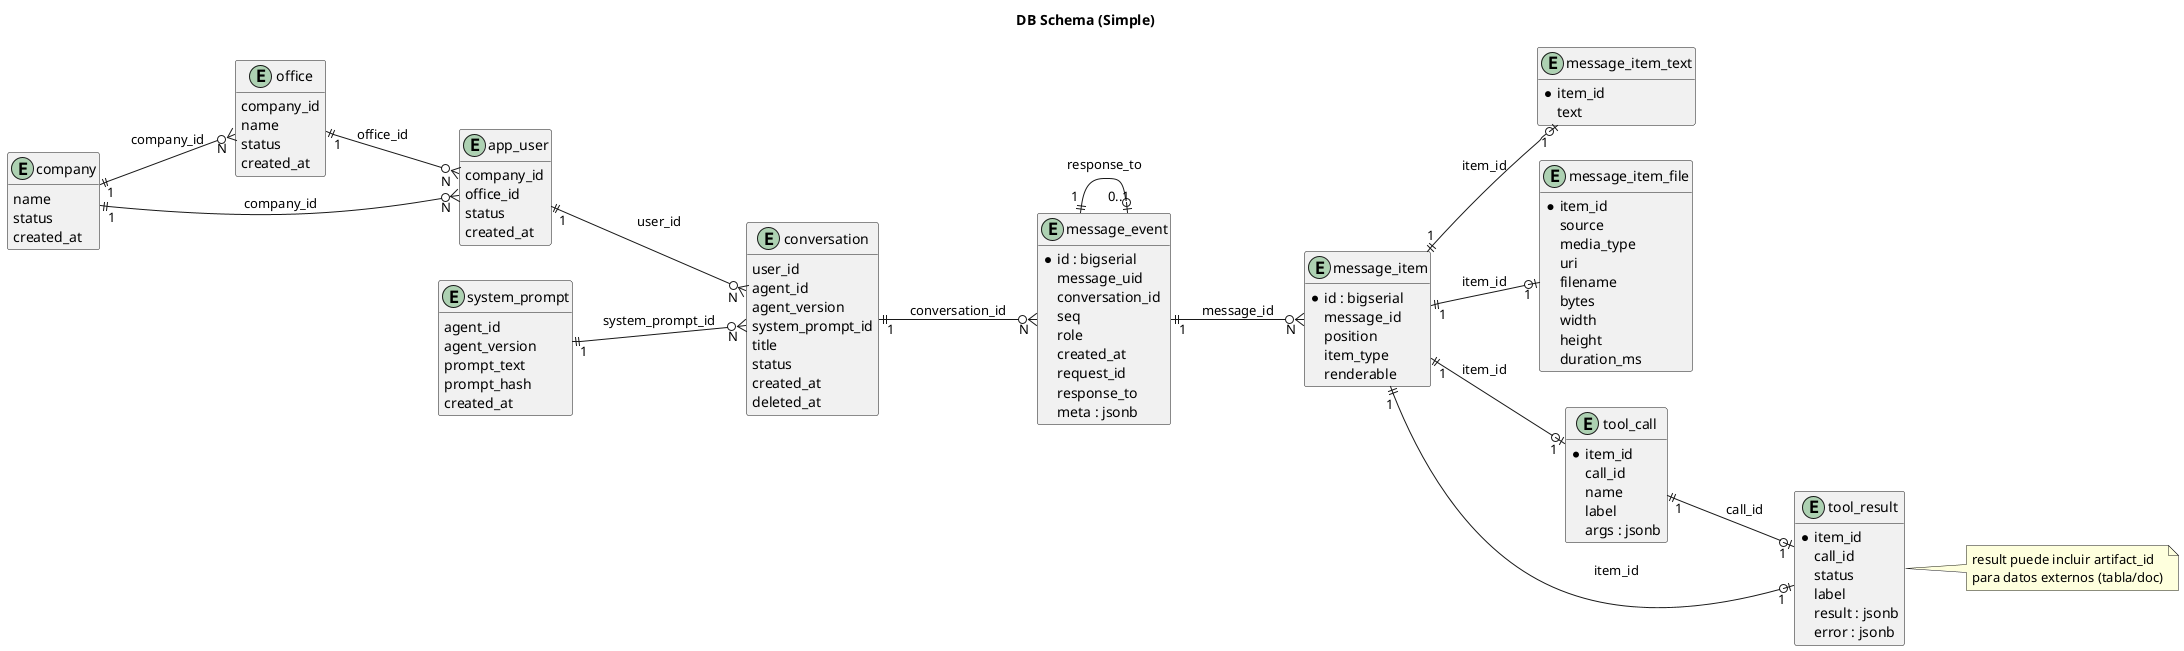
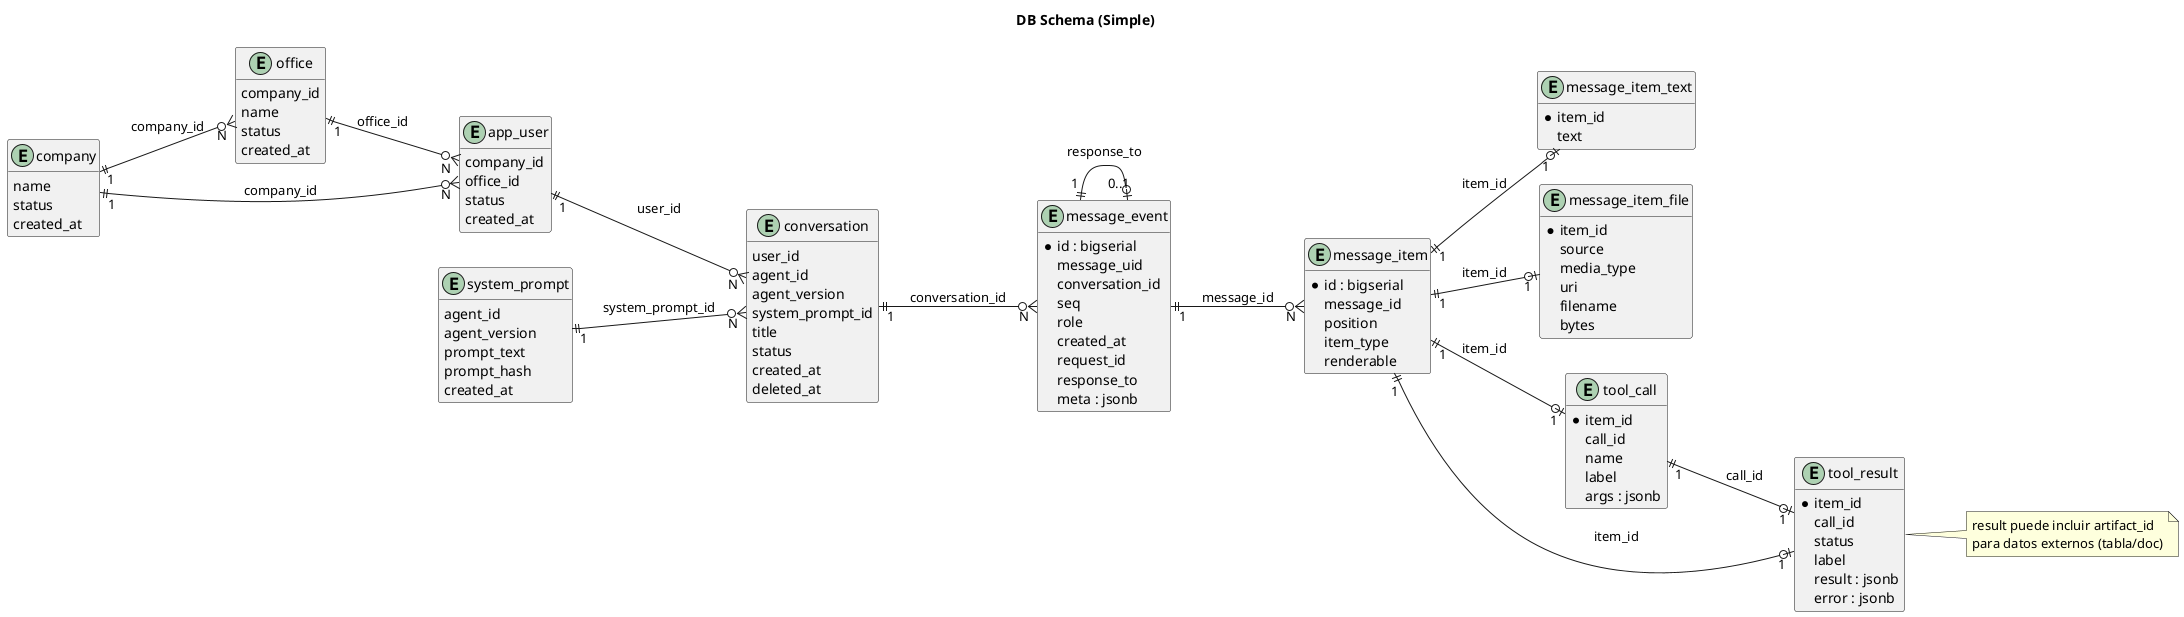
@startuml
title DB Schema (Simple)
left to right direction
hide methods
hide stereotypes

entity "company" as company {
  *id : varchar(128)
  name
  status
  created_at
}

entity "office" as office {
  *id : varchar(128)
  company_id
  name
  status
  created_at
}

entity "app_user" as app_user {
  *id : varchar(128)
  company_id
  office_id
  status
  created_at
}

entity "conversation" as conversation {
  *id : varchar(128)
  user_id
  agent_id
  agent_version
  system_prompt_id
  title
  status
  created_at
  deleted_at
}

entity "system_prompt" as system_prompt {
  *id : varchar(128)
  agent_id
  agent_version
  prompt_text
  prompt_hash
  created_at
}


entity "message_event" as message_event {
  *id : bigserial
  message_uid
  conversation_id
  seq
  role
  created_at
  request_id
  response_to
  meta : jsonb
}

entity "message_item" as message_item {
  *id : bigserial
  message_id
  position
  item_type
  renderable
}

entity "message_item_text" as message_item_text {
  *item_id
  text
}

entity "message_item_file" as message_item_file {
  *item_id
  source
  media_type
  uri
  filename
  bytes
-   width
-   height
-   duration_ms
}

entity "tool_call" as tool_call {
  *item_id
  call_id
  name
  label
  args : jsonb
}

entity "tool_result" as tool_result {
  *item_id
  call_id
  status
  label
  result : jsonb
  error : jsonb
}

company "1" ||--o{ "N" office : company_id
company "1" ||--o{ "N" app_user : company_id
office "1" ||--o{ "N" app_user : office_id
system_prompt "1" ||--o{ "N" conversation : system_prompt_id
app_user "1" ||--o{ "N" conversation : user_id

conversation "1" ||--o{ "N" message_event : conversation_id
message_event "1" ||--o{ "N" message_item : message_id
message_item "1" ||--o| "1" message_item_text : item_id
message_item "1" ||--o| "1" message_item_file : item_id
message_item "1" ||--o| "1" tool_call : item_id
message_item "1" ||--o| "1" tool_result : item_id
tool_call "1" ||--o| "1" tool_result : call_id
message_event "1" ||--o| "0..1" message_event : response_to

note right of tool_result
  result puede incluir artifact_id
  para datos externos (tabla/doc)
end note

@enduml
